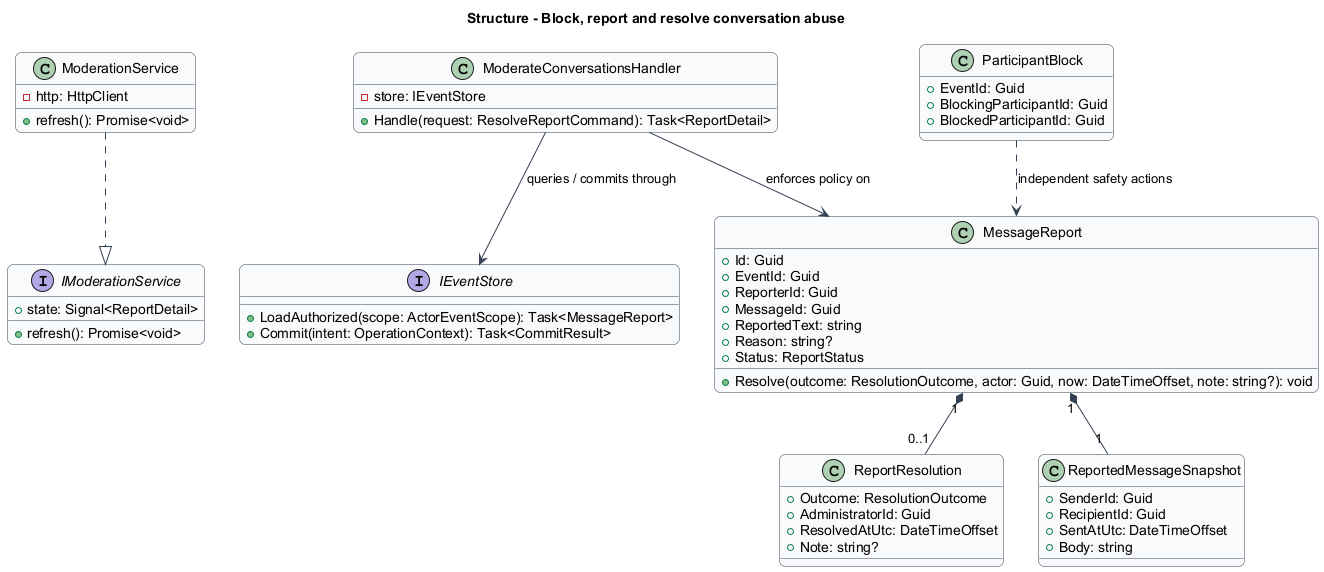
The PlantUML diagram docs/detailed-designs/community/moderate-conversations/diagrams/classes.png in QuinntyneBrown/faithtech-toronto-ai-build-event, before a commit. The source it was exported from:
```plantuml
@startuml
skinparam backgroundColor #FFFFFF
skinparam shadowing false
skinparam roundcorner 12
skinparam defaultFontName Arial
skinparam ArrowColor #344054
skinparam classBackgroundColor #F9FAFB
skinparam classBorderColor #344054
skinparam sequenceMessageAlign center
skinparam maxMessageSize 180
title Structure - Block, report and resolve conversation abuse
interface IModerationService {
  +state: Signal<ReportDetail>
  +refresh(): Promise<void>
}
class ModerationService {
  -http: HttpClient
  +refresh(): Promise<void>
}
class ModerateConversationsHandler {
  -store: IEventStore
  +Handle(request: ResolveReportCommand): Task<ReportDetail>
}
interface IEventStore {
  +LoadAuthorized(scope: ActorEventScope): Task<MessageReport>
  +Commit(intent: OperationContext): Task<CommitResult>
}
class MessageReport {
  +Id: Guid
  +EventId: Guid
  +ReporterId: Guid
  +MessageId: Guid
  +ReportedText: string
  +Reason: string?
  +Status: ReportStatus
  +Resolve(outcome: ResolutionOutcome, actor: Guid, now: DateTimeOffset, note: string?): void
}
ModerationService ..|> IModerationService
ModerateConversationsHandler --> IEventStore : queries / commits through
ModerateConversationsHandler --> MessageReport : enforces policy on
class ParticipantBlock {
  +EventId: Guid
  +BlockingParticipantId: Guid
  +BlockedParticipantId: Guid
}
class ReportResolution {
  +Outcome: ResolutionOutcome
  +AdministratorId: Guid
  +ResolvedAtUtc: DateTimeOffset
  +Note: string?
}
class ReportedMessageSnapshot {
  +SenderId: Guid
  +RecipientId: Guid
  +SentAtUtc: DateTimeOffset
  +Body: string
}
MessageReport "1" *-- "1" ReportedMessageSnapshot
MessageReport "1" *-- "0..1" ReportResolution
ParticipantBlock ..> MessageReport : independent safety actions

@enduml
```
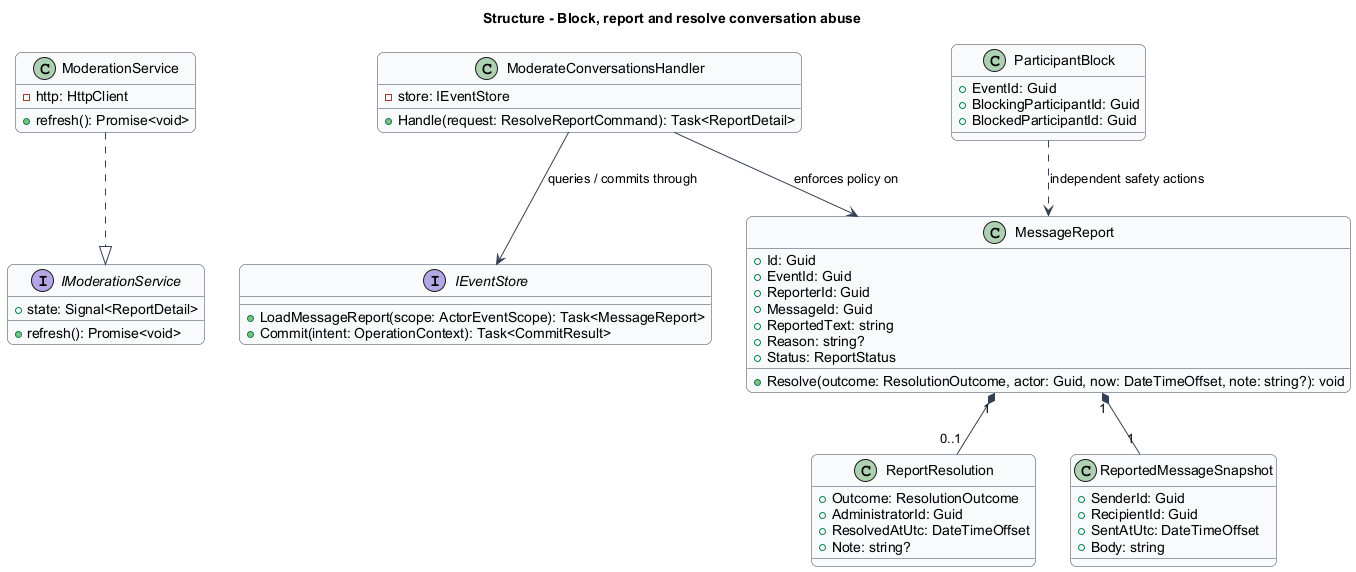
After the commit.

The edit, as a diff of the source:
```diff
@@ -22,7 +22,7 @@
   +Handle(request: ResolveReportCommand): Task<ReportDetail>
 }
 interface IEventStore {
-  +LoadAuthorized(scope: ActorEventScope): Task<MessageReport>
+  +LoadMessageReport(scope: ActorEventScope): Task<MessageReport>
   +Commit(intent: OperationContext): Task<CommitResult>
 }
 class MessageReport {
```
